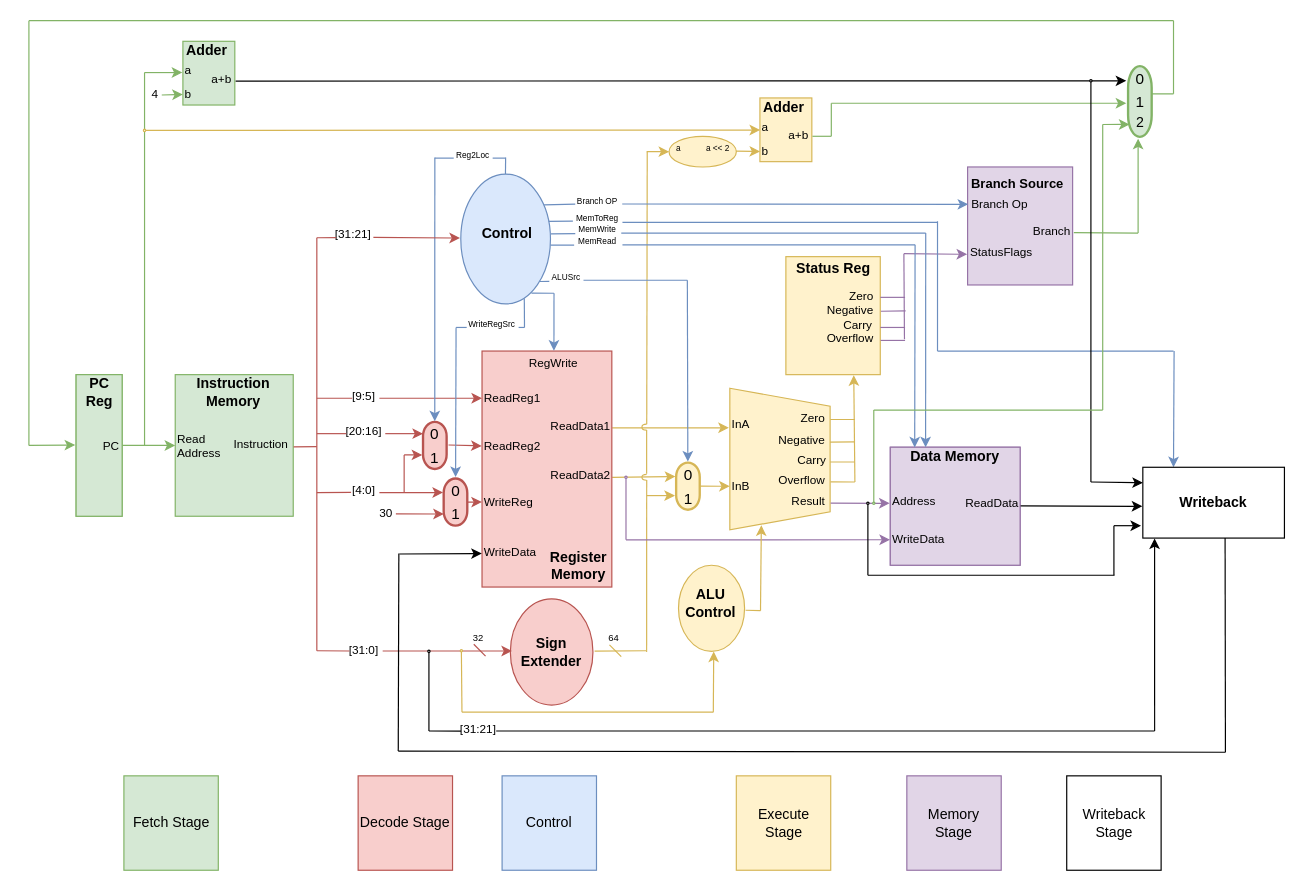
Before: nonpipelined/diagram.drawio in mattco98/LEGv8-Processor, a draw.io diagram. Source tidied: cells renumbered, new cells numbered last; positions are measured from the earlier drawing's top-left corner, leaving out a move shared by most shapes. Both pictures are drawn from the tidied source at 118%, with x=0, y=0 at pixel (28, 20).
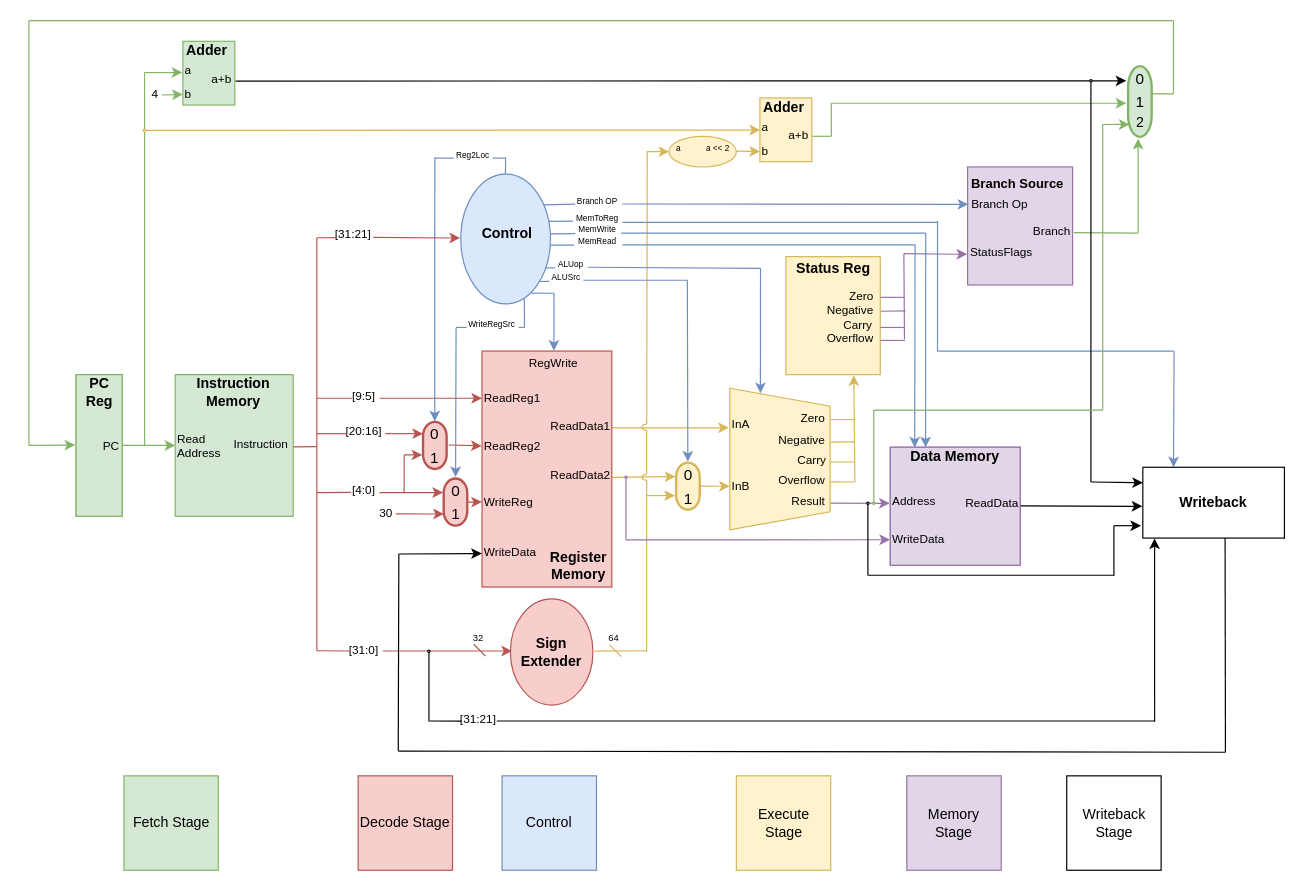
Above is the later version.

Unchanged cells that the change refers to:
```xml
<mxCell id="33" style="shape=trapezoid;perimeter=trapezoidPerimeter;whiteSpace=wrap;html=1;fontSize=8;align=right;rotation=90;size=0.12724867724867736;fillColor=#fff2cc;strokeColor=#d6b656;" parent="1" vertex="1">
  <mxGeometry x="576.5" y="329" width="120" height="85" as="geometry" />
</mxCell>
<mxCell id="221" value="Writeback" style="rounded=0;whiteSpace=wrap;html=1;fontStyle=1;" parent="1" vertex="1">
  <mxGeometry x="944" y="378.5" width="120" height="60" as="geometry" />
</mxCell>
<mxCell id="222" style="ellipse;whiteSpace=wrap;html=1;fillColor=#f5f5f5;fontSize=7;align=center;strokeColor=#000000;fontColor=#333333;" parent="1" vertex="1">
  <mxGeometry x="338" y="533.5" width="2" height="2" as="geometry" />
</mxCell>
```

The edit, as a diff of the source:
```diff
@@
     <mxCell id="2" style="endArrow=none;html=1;entryX=0.5;entryY=0.75;entryDx=0;entryDy=0;entryPerimeter=0;" parent="1" edge="1" target="222">
       <mxGeometry relative="1" as="geometry">
-        <mxPoint x="339" y="602" as="sourcePoint" />
+        <mxPoint x="339" y="594" as="sourcePoint" />
       </mxGeometry>
     </mxCell>
@@
-    <mxCell id="145" style="ellipse;whiteSpace=wrap;html=1;fillColor=#fff2cc;fontSize=7;align=left;strokeColor=#d6b656;" parent="1" vertex="1">
-      <mxGeometry x="550.5" y="461.5" width="56" height="73" as="geometry" />
-    </mxCell>
-    <mxCell id="146" value="&lt;div&gt;ALU&lt;/div&gt;&lt;div&gt;Control&lt;br&gt;&lt;/div&gt;" style="text;html=1;strokeColor=none;fillColor=none;align=center;verticalAlign=middle;whiteSpace=wrap;rounded=0;fontStyle=1;" parent="1" vertex="1">
-      <mxGeometry x="553" y="484" width="50" height="20" as="geometry" />
-    </mxCell>
-    <mxCell id="147" style="endArrow=none;html=1;fontSize=7;fillColor=#fff2cc;strokeColor=#d6b656;" parent="1" edge="1">
-      <mxGeometry relative="1" as="geometry">
-        <mxPoint x="367" y="586" as="sourcePoint" />
-        <mxPoint x="366.5" y="534.5" as="targetPoint" />
-      </mxGeometry>
-    </mxCell>
-    <mxCell id="148" style="endArrow=none;html=1;fontSize=7;fillColor=#fff2cc;strokeColor=#d6b656;" parent="1" edge="1">
-      <mxGeometry relative="1" as="geometry">
-        <mxPoint x="367" y="586" as="sourcePoint" />
-        <mxPoint x="580" y="586" as="targetPoint" />
-      </mxGeometry>
-    </mxCell>
-    <mxCell id="149" style="endArrow=classic;html=1;fontSize=7;entryX=0.533;entryY=1.002;entryDx=0;entryDy=0;entryPerimeter=0;fillColor=#fff2cc;strokeColor=#d6b656;" parent="1" edge="1" target="145">
-      <mxGeometry relative="1" as="geometry">
-        <mxPoint x="580" y="586" as="sourcePoint" />
-      </mxGeometry>
-    </mxCell>
-    <mxCell id="150" style="endArrow=none;html=1;fontSize=7;exitX=1.015;exitY=0.523;exitDx=0;exitDy=0;exitPerimeter=0;fillColor=#fff2cc;strokeColor=#d6b656;" parent="1" edge="1" source="145">
-      <mxGeometry relative="1" as="geometry">
-        <mxPoint x="620" y="500" as="targetPoint" />
-      </mxGeometry>
-    </mxCell>
-    <mxCell id="151" style="endArrow=classic;html=1;fontSize=7;fillColor=#fff2cc;strokeColor=#d6b656;entryX=0.968;entryY=0.686;entryDx=0;entryDy=0;entryPerimeter=0;" parent="1" edge="1" target="33">
-      <mxGeometry relative="1" as="geometry">
-        <mxPoint x="620" y="500" as="sourcePoint" />
-      </mxGeometry>
-    </mxCell>
-    <mxCell id="152" style="ellipse;whiteSpace=wrap;html=1;fillColor=#fff2cc;fontSize=7;align=center;strokeColor=#d6b656;" parent="1" vertex="1">
-      <mxGeometry x="365.5" y="533" width="2" height="2" as="geometry" />
-    </mxCell>
@@
     <mxCell id="223" style="endArrow=none;html=1;" parent="1" edge="1">
       <mxGeometry relative="1" as="geometry">
-        <mxPoint x="396" y="602" as="sourcePoint" />
-        <mxPoint x="954" y="602" as="targetPoint" />
+        <mxPoint x="396.5" y="593.5" as="sourcePoint" />
+        <mxPoint x="954.5" y="593.5" as="targetPoint" />
       </mxGeometry>
     </mxCell>
     <mxCell id="224" value="[31:21]" style="text;html=1;strokeColor=none;fillColor=none;align=center;verticalAlign=middle;whiteSpace=wrap;rounded=0;fontSize=10;" parent="1" vertex="1">
-      <mxGeometry x="367.5" y="591.5" width="26" height="17" as="geometry" />
+      <mxGeometry x="368" y="583" width="26" height="17" as="geometry" />
     </mxCell>
     <mxCell id="225" style="endArrow=none;html=1;entryX=-0.047;entryY=0.627;entryDx=0;entryDy=0;entryPerimeter=0;" parent="1" edge="1" target="224">
       <mxGeometry relative="1" as="geometry">
-        <mxPoint x="339" y="602" as="sourcePoint" />
+        <mxPoint x="339.5" y="593.5" as="sourcePoint" />
       </mxGeometry>
     </mxCell>
     <mxCell id="226" style="endArrow=classic;html=1;entryX=0.083;entryY=1.005;entryDx=0;entryDy=0;entryPerimeter=0;" parent="1" edge="1" target="221">
       <mxGeometry relative="1" as="geometry">
-        <mxPoint x="954" y="602" as="sourcePoint" />
+        <mxPoint x="954" y="594" as="sourcePoint" />
       </mxGeometry>
     </mxCell>
@@
+    <mxCell id="228" style="endArrow=none;html=1;fontSize=7;exitX=0.939;exitY=0.5;exitDx=0;exitDy=0;exitPerimeter=0;fillColor=#dae8fc;strokeColor=#6c8ebf;" parent="1" edge="1" source="229">
+      <mxGeometry relative="1" as="geometry">
+        <mxPoint x="620" y="210" as="targetPoint" />
+      </mxGeometry>
+    </mxCell>
+    <mxCell id="229" value="ALUop" style="text;html=1;strokeColor=none;fillColor=none;align=center;verticalAlign=bottom;whiteSpace=wrap;rounded=0;fontSize=7;" parent="1" vertex="1">
+      <mxGeometry x="443" y="205" width="33" height="8" as="geometry" />
+    </mxCell>
+    <mxCell id="230" style="endArrow=none;html=1;fontSize=7;exitX=0.828;exitY=0.117;exitDx=0;exitDy=0;exitPerimeter=0;fillColor=#dae8fc;strokeColor=#6c8ebf;" parent="1" edge="1">
+      <mxGeometry relative="1" as="geometry">
+        <mxPoint x="438.1" y="209.5" as="sourcePoint" />
+        <mxPoint x="446" y="209.5" as="targetPoint" />
+      </mxGeometry>
+    </mxCell>
+    <mxCell id="231" style="endArrow=classic;html=1;fontSize=7;fillColor=#dae8fc;strokeColor=#6c8ebf;entryX=0.035;entryY=0.695;entryDx=0;entryDy=0;entryPerimeter=0;" parent="1" edge="1" target="33">
+      <mxGeometry relative="1" as="geometry">
+        <mxPoint x="620" y="210" as="sourcePoint" />
+      </mxGeometry>
+    </mxCell>
```
